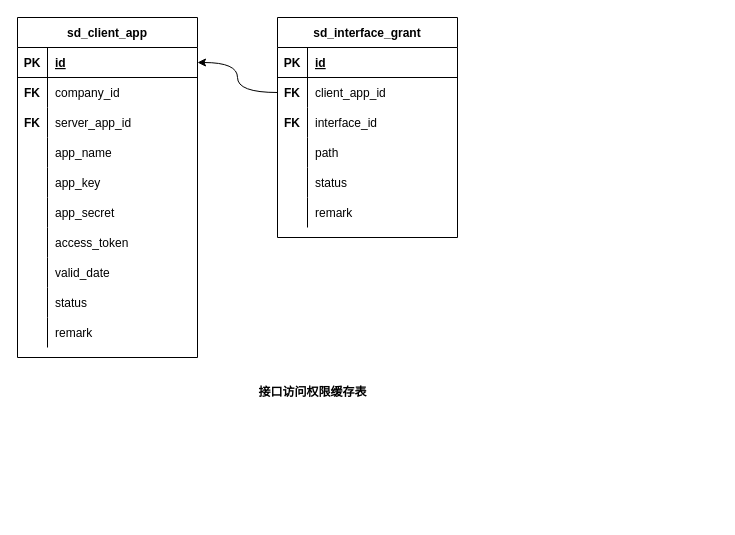
Above: page "20220930154752" (7 of 9) of src/work/wyjz/service_directory/db_design_20220930.drawio in ab-doc/draw.io (draw.io), before the change. Source tidied: cells renumbered, new cells numbered last; positions are measured from the earlier drawing's top-left corner, leaving out a move shared by most shapes. Both pictures are drawn from the tidied source at 100%, with x=0, y=0 at pixel (17, 17).
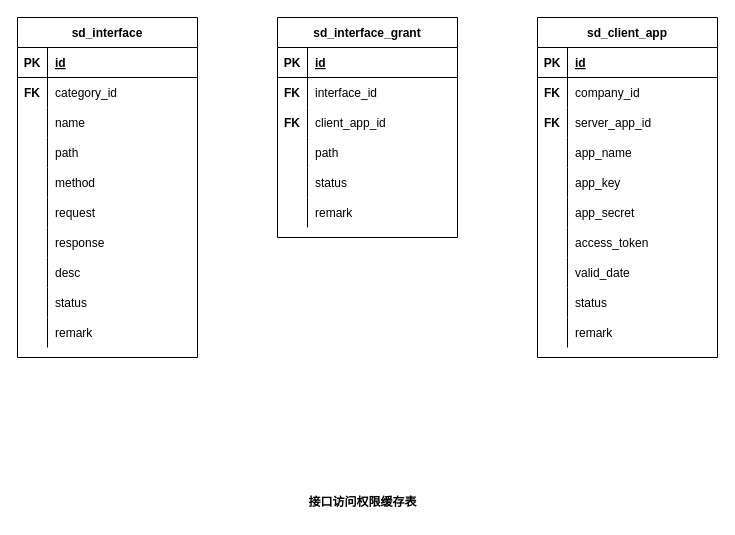
Above is the later version.

The change refers to these unchanged cells:
```xml
<mxCell id="3" value="sd_interface_grant" style="shape=table;startSize=30;childLayout=tableLayout;rowLines=0;fontStyle=1;align=center;" parent="1" vertex="1">
  <mxGeometry x="260" width="180" height="220" as="geometry" />
</mxCell>
<mxCell id="24" style="shape=tableRow;horizontal=0;startSize=0;swimlaneHead=0;swimlaneBody=0;fillColor=none;points=[[0,0.5],[1,0.5]];portConstraint=eastwest;top=0;left=0;right=0;bottom=1;" parent="23" vertex="1">
  <mxGeometry y="30" width="180" height="30" as="geometry" />
</mxCell>
```

Change to the diagram source:
```diff
@@
-    <mxCell id="2" style="edgeStyle=orthogonalEdgeStyle;curved=1;rounded=0;jettySize=auto;html=1;entryX=1;entryY=0.5;entryDx=0;entryDy=0;exitX=0;exitY=0.5;exitDx=0;exitDy=0;" parent="1" edge="1" source="7" target="24">
-      <mxGeometry relative="1" as="geometry" />
-    </mxCell>
@@
+    <mxCell id="10" style="shape=tableRow;horizontal=0;startSize=0;swimlaneHead=0;swimlaneBody=0;fillColor=none;top=0;left=0;right=0;bottom=0;" parent="3" vertex="1">
+      <mxGeometry y="60" width="180" height="30" as="geometry" />
+    </mxCell>
+    <mxCell id="11" value="FK" style="shape=partialRectangle;fillColor=none;top=0;left=0;bottom=0;right=0;overflow=hidden;fontStyle=1;" parent="10" vertex="1">
+      <mxGeometry width="30" height="30" as="geometry" />
+    </mxCell>
+    <mxCell id="12" value="interface_id" style="shape=partialRectangle;fillColor=none;top=0;left=0;bottom=0;right=0;align=left;spacingLeft=6;overflow=hidden;" parent="10" vertex="1">
+      <mxGeometry x="30" width="150" height="30" as="geometry" />
+    </mxCell>
     <mxCell id="7" style="shape=tableRow;horizontal=0;startSize=0;swimlaneHead=0;swimlaneBody=0;fillColor=none;points=[[0,0.5],[1,0.5]];portConstraint=eastwest;top=0;left=0;right=0;bottom=0;" parent="3" vertex="1">
-      <mxGeometry y="60" width="180" height="30" as="geometry" />
+      <mxGeometry y="90" width="180" height="30" as="geometry" />
     </mxCell>
@@
-    <mxCell id="10" style="shape=tableRow;horizontal=0;startSize=0;swimlaneHead=0;swimlaneBody=0;fillColor=none;top=0;left=0;right=0;bottom=0;" parent="3" vertex="1">
-      <mxGeometry y="90" width="180" height="30" as="geometry" />
-    </mxCell>
-    <mxCell id="11" value="FK" style="shape=partialRectangle;fillColor=none;top=0;left=0;bottom=0;right=0;overflow=hidden;fontStyle=1;" parent="10" vertex="1">
-      <mxGeometry width="30" height="30" as="geometry" />
-    </mxCell>
-    <mxCell id="12" value="interface_id" style="shape=partialRectangle;fillColor=none;top=0;left=0;bottom=0;right=0;align=left;spacingLeft=6;overflow=hidden;" parent="10" vertex="1">
-      <mxGeometry x="30" width="150" height="30" as="geometry" />
-    </mxCell>
@@
     <mxCell id="22" value="&lt;b&gt;接口访问权限缓存表&lt;/b&gt;" style="text;html=1;align=center;verticalAlign=middle;strokeColor=none;fillColor=none;" parent="1" vertex="1">
-      <mxGeometry x="230" y="360" width="130" height="30" as="geometry" />
+      <mxGeometry x="280" y="470" width="130" height="30" as="geometry" />
     </mxCell>
     <mxCell id="23" value="sd_client_app" style="shape=table;startSize=30;childLayout=tableLayout;rowLines=0;fontStyle=1;align=center;" parent="1" vertex="1">
-      <mxGeometry width="180" height="340" as="geometry" />
+      <mxGeometry x="520" width="180" height="340" as="geometry" />
     </mxCell>
@@
+    <mxCell id="54" value="sd_interface" style="shape=table;startSize=30;childLayout=tableLayout;rowLines=0;fontStyle=1;align=center;" parent="1" vertex="1">
+      <mxGeometry width="180" height="340" as="geometry" />
+    </mxCell>
+    <mxCell id="55" style="shape=tableRow;horizontal=0;startSize=0;swimlaneHead=0;swimlaneBody=0;fillColor=none;top=0;left=0;right=0;bottom=1;" parent="54" vertex="1">
+      <mxGeometry y="30" width="180" height="30" as="geometry" />
+    </mxCell>
+    <mxCell id="56" value="PK" style="shape=partialRectangle;fillColor=none;top=0;left=0;bottom=0;right=0;fontStyle=1;overflow=hidden;" parent="55" vertex="1">
+      <mxGeometry width="30" height="30" as="geometry" />
+    </mxCell>
+    <mxCell id="57" value="id" style="shape=partialRectangle;fillColor=none;top=0;left=0;bottom=0;right=0;align=left;spacingLeft=6;fontStyle=5;overflow=hidden;" parent="55" vertex="1">
+      <mxGeometry x="30" width="150" height="30" as="geometry" />
+    </mxCell>
+    <mxCell id="58" style="shape=tableRow;horizontal=0;startSize=0;swimlaneHead=0;swimlaneBody=0;fillColor=none;top=0;left=0;right=0;bottom=0;" parent="54" vertex="1">
+      <mxGeometry y="60" width="180" height="30" as="geometry" />
+    </mxCell>
+    <mxCell id="59" value="FK" style="shape=partialRectangle;fillColor=none;top=0;left=0;bottom=0;right=0;overflow=hidden;fontStyle=1;" parent="58" vertex="1">
+      <mxGeometry width="30" height="30" as="geometry" />
+    </mxCell>
+    <mxCell id="60" value="category_id" style="shape=partialRectangle;fillColor=none;top=0;left=0;bottom=0;right=0;align=left;spacingLeft=6;overflow=hidden;" parent="58" vertex="1">
+      <mxGeometry x="30" width="150" height="30" as="geometry" />
+    </mxCell>
+    <mxCell id="61" style="shape=tableRow;horizontal=0;startSize=0;swimlaneHead=0;swimlaneBody=0;fillColor=none;top=0;left=0;right=0;bottom=0;" parent="54" vertex="1">
+      <mxGeometry y="90" width="180" height="30" as="geometry" />
+    </mxCell>
+    <mxCell id="62" style="shape=partialRectangle;fillColor=none;top=0;left=0;bottom=0;right=0;overflow=hidden;" parent="61" vertex="1">
+      <mxGeometry width="30" height="30" as="geometry" />
+    </mxCell>
+    <mxCell id="63" value="name" style="shape=partialRectangle;fillColor=none;top=0;left=0;bottom=0;right=0;align=left;spacingLeft=6;overflow=hidden;" parent="61" vertex="1">
+      <mxGeometry x="30" width="150" height="30" as="geometry" />
+    </mxCell>
+    <mxCell id="64" style="shape=tableRow;horizontal=0;startSize=0;swimlaneHead=0;swimlaneBody=0;fillColor=none;top=0;left=0;right=0;bottom=0;" parent="54" vertex="1">
+      <mxGeometry y="120" width="180" height="30" as="geometry" />
+    </mxCell>
+    <mxCell id="65" style="shape=partialRectangle;fillColor=none;top=0;left=0;bottom=0;right=0;overflow=hidden;" parent="64" vertex="1">
+      <mxGeometry width="30" height="30" as="geometry" />
+    </mxCell>
+    <mxCell id="66" value="path" style="shape=partialRectangle;fillColor=none;top=0;left=0;bottom=0;right=0;align=left;spacingLeft=6;overflow=hidden;" parent="64" vertex="1">
+      <mxGeometry x="30" width="150" height="30" as="geometry" />
+    </mxCell>
+    <mxCell id="67" style="shape=tableRow;horizontal=0;startSize=0;swimlaneHead=0;swimlaneBody=0;fillColor=none;top=0;left=0;right=0;bottom=0;" parent="54" vertex="1">
+      <mxGeometry y="150" width="180" height="30" as="geometry" />
+    </mxCell>
+    <mxCell id="68" style="shape=partialRectangle;fillColor=none;top=0;left=0;bottom=0;right=0;overflow=hidden;" parent="67" vertex="1">
+      <mxGeometry width="30" height="30" as="geometry" />
+    </mxCell>
+    <mxCell id="69" value="method" style="shape=partialRectangle;fillColor=none;top=0;left=0;bottom=0;right=0;align=left;spacingLeft=6;overflow=hidden;" parent="67" vertex="1">
+      <mxGeometry x="30" width="150" height="30" as="geometry" />
+    </mxCell>
+    <mxCell id="70" style="shape=tableRow;horizontal=0;startSize=0;swimlaneHead=0;swimlaneBody=0;fillColor=none;top=0;left=0;right=0;bottom=0;" parent="54" vertex="1">
+      <mxGeometry y="180" width="180" height="30" as="geometry" />
+    </mxCell>
+    <mxCell id="71" style="shape=partialRectangle;fillColor=none;top=0;left=0;bottom=0;right=0;overflow=hidden;" parent="70" vertex="1">
+      <mxGeometry width="30" height="30" as="geometry" />
+    </mxCell>
+    <mxCell id="72" value="request" style="shape=partialRectangle;fillColor=none;top=0;left=0;bottom=0;right=0;align=left;spacingLeft=6;overflow=hidden;" parent="70" vertex="1">
+      <mxGeometry x="30" width="150" height="30" as="geometry" />
+    </mxCell>
+    <mxCell id="73" style="shape=tableRow;horizontal=0;startSize=0;swimlaneHead=0;swimlaneBody=0;fillColor=none;top=0;left=0;right=0;bottom=0;" parent="54" vertex="1">
+      <mxGeometry y="210" width="180" height="30" as="geometry" />
+    </mxCell>
+    <mxCell id="74" style="shape=partialRectangle;fillColor=none;top=0;left=0;bottom=0;right=0;overflow=hidden;" parent="73" vertex="1">
+      <mxGeometry width="30" height="30" as="geometry" />
+    </mxCell>
+    <mxCell id="75" value="response" style="shape=partialRectangle;fillColor=none;top=0;left=0;bottom=0;right=0;align=left;spacingLeft=6;overflow=hidden;" parent="73" vertex="1">
+      <mxGeometry x="30" width="150" height="30" as="geometry" />
+    </mxCell>
+    <mxCell id="76" style="shape=tableRow;horizontal=0;startSize=0;swimlaneHead=0;swimlaneBody=0;fillColor=none;top=0;left=0;right=0;bottom=0;" parent="54" vertex="1">
+      <mxGeometry y="240" width="180" height="30" as="geometry" />
+    </mxCell>
+    <mxCell id="77" style="shape=partialRectangle;fillColor=none;top=0;left=0;bottom=0;right=0;overflow=hidden;" parent="76" vertex="1">
+      <mxGeometry width="30" height="30" as="geometry" />
+    </mxCell>
+    <mxCell id="78" value="desc" style="shape=partialRectangle;fillColor=none;top=0;left=0;bottom=0;right=0;align=left;spacingLeft=6;overflow=hidden;" parent="76" vertex="1">
+      <mxGeometry x="30" width="150" height="30" as="geometry" />
+    </mxCell>
+    <mxCell id="79" style="shape=tableRow;horizontal=0;startSize=0;swimlaneHead=0;swimlaneBody=0;fillColor=none;top=0;left=0;right=0;bottom=0;" parent="54" vertex="1">
+      <mxGeometry y="270" width="180" height="30" as="geometry" />
+    </mxCell>
+    <mxCell id="80" style="shape=partialRectangle;fillColor=none;top=0;left=0;bottom=0;right=0;overflow=hidden;" parent="79" vertex="1">
+      <mxGeometry width="30" height="30" as="geometry" />
+    </mxCell>
+    <mxCell id="81" value="status" style="shape=partialRectangle;fillColor=none;top=0;left=0;bottom=0;right=0;align=left;spacingLeft=6;overflow=hidden;" parent="79" vertex="1">
+      <mxGeometry x="30" width="150" height="30" as="geometry" />
+    </mxCell>
+    <mxCell id="82" style="shape=tableRow;horizontal=0;startSize=0;swimlaneHead=0;swimlaneBody=0;fillColor=none;top=0;left=0;right=0;bottom=0;" parent="54" vertex="1">
+      <mxGeometry y="300" width="180" height="30" as="geometry" />
+    </mxCell>
+    <mxCell id="83" style="shape=partialRectangle;fillColor=none;top=0;left=0;bottom=0;right=0;overflow=hidden;" parent="82" vertex="1">
+      <mxGeometry width="30" height="30" as="geometry" />
+    </mxCell>
+    <mxCell id="84" value="remark" style="shape=partialRectangle;fillColor=none;top=0;left=0;bottom=0;right=0;align=left;spacingLeft=6;overflow=hidden;" parent="82" vertex="1">
+      <mxGeometry x="30" width="150" height="30" as="geometry" />
+    </mxCell>
```
